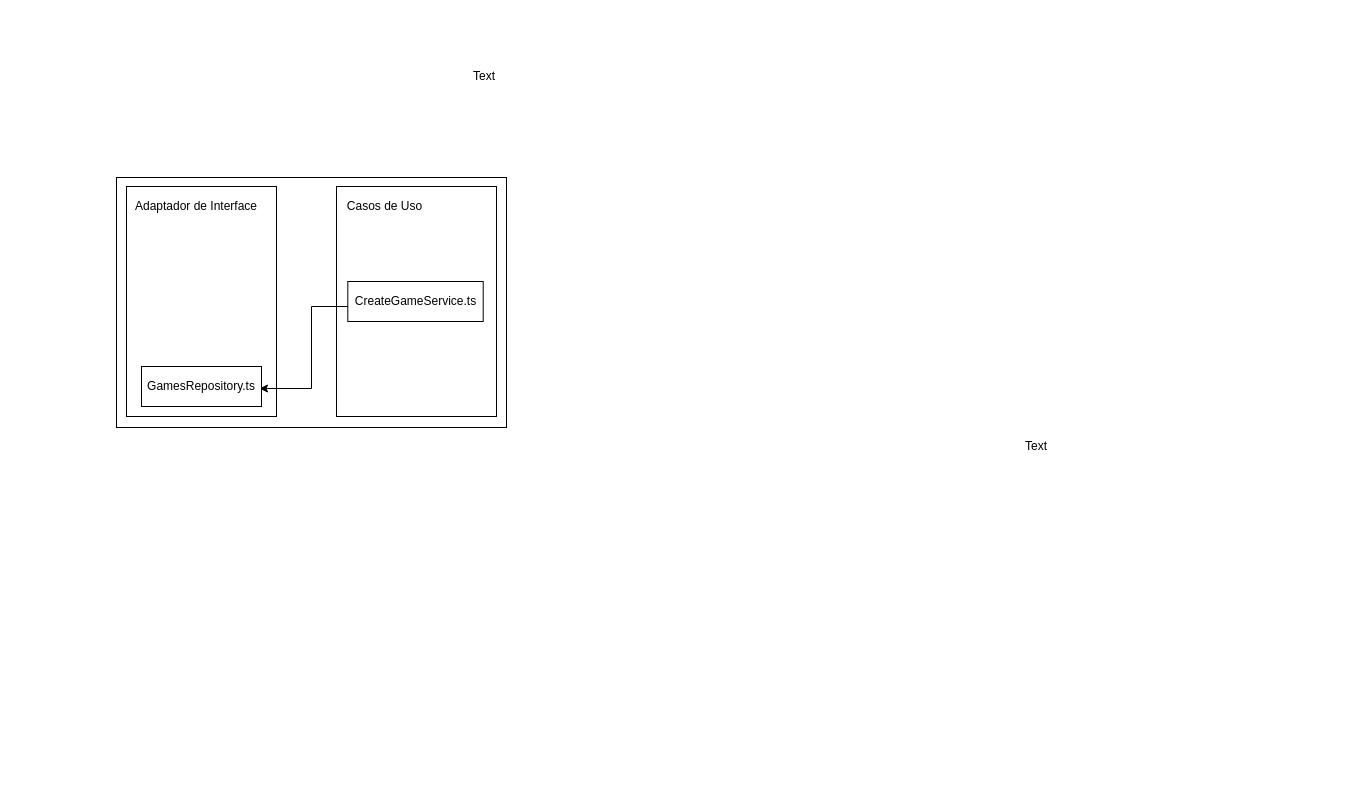
This is page "Page-4" (4 of 4) of docs/uml/gamestore.drawio from yulken/cederj-final-paper, a draw.io file, before an edit. Source tidied: cells renumbered, new cells numbered last; positions are measured from the earlier drawing's top-left corner, leaving out a move shared by most shapes. Both pictures are drawn from the tidied source at 100%, with x=0, y=0 at pixel (116, 66).
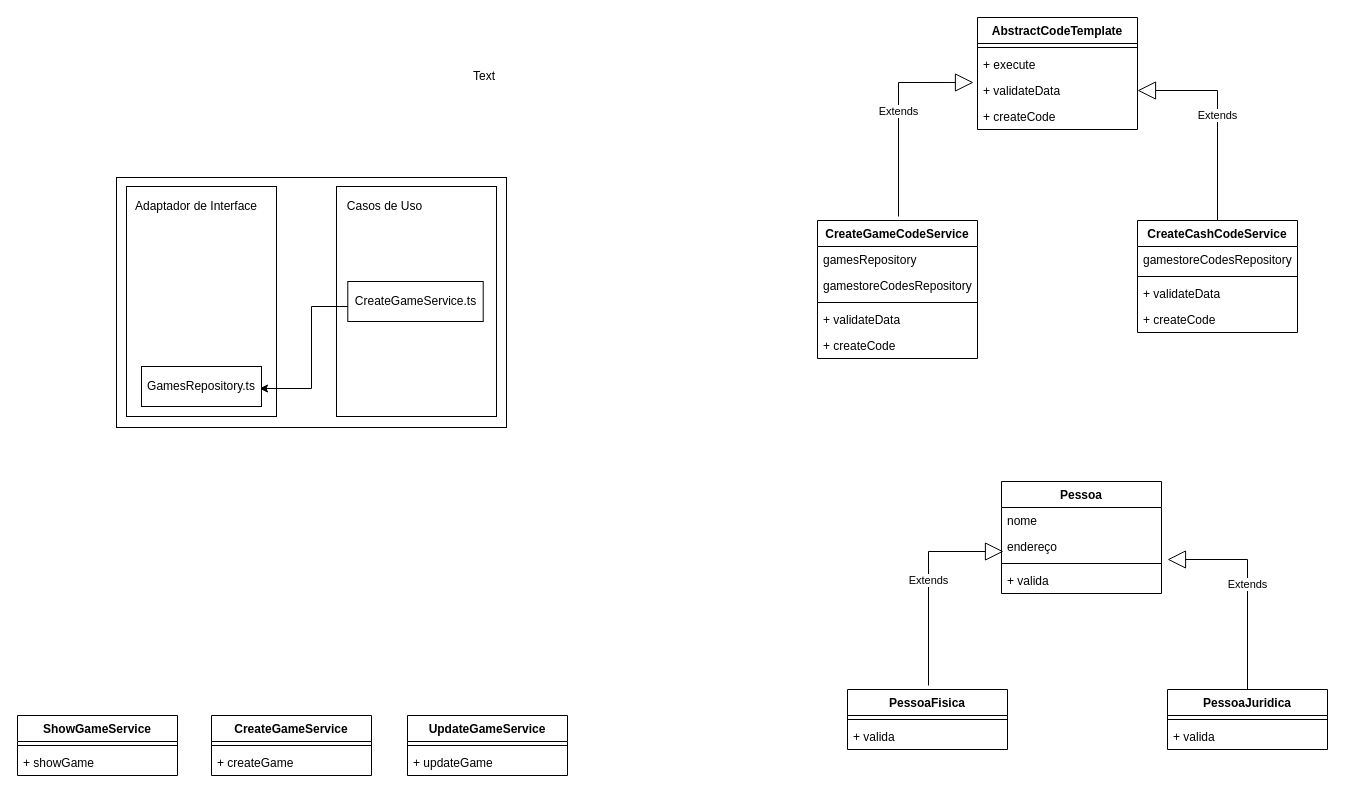
Above is the later version.

Diff of the diagram source:
```diff
@@
-    <mxCell id="14" value="Text" style="text;html=1;strokeColor=none;fillColor=none;align=center;verticalAlign=middle;whiteSpace=wrap;rounded=0;" parent="1" vertex="1">
-      <mxGeometry x="900" y="370" width="40" height="20" as="geometry" />
-    </mxCell>
+    <mxCell id="15" value="ShowGameService" style="swimlane;fontStyle=1;align=center;verticalAlign=top;horizontal=1;startSize=26;" parent="1" vertex="1">
+      <mxGeometry x="-99" y="649" width="160" height="60" as="geometry" />
+    </mxCell>
+    <mxCell id="16" style="line;strokeWidth=1;fillColor=none;align=left;verticalAlign=middle;spacingTop=-1;spacingLeft=3;spacingRight=3;labelPosition=right;" parent="15" vertex="1">
+      <mxGeometry y="26" width="160" height="8" as="geometry" />
+    </mxCell>
+    <mxCell id="17" value="+ showGame" style="text;strokeColor=none;fillColor=none;align=left;verticalAlign=top;spacingLeft=4;spacingRight=4;overflow=hidden;" parent="15" vertex="1">
+      <mxGeometry y="34" width="160" height="26" as="geometry" />
+    </mxCell>
+    <mxCell id="18" value="CreateGameService" style="swimlane;fontStyle=1;align=center;verticalAlign=top;horizontal=1;startSize=26;" parent="1" vertex="1">
+      <mxGeometry x="95" y="649" width="160" height="60" as="geometry" />
+    </mxCell>
+    <mxCell id="19" style="line;strokeWidth=1;fillColor=none;align=left;verticalAlign=middle;spacingTop=-1;spacingLeft=3;spacingRight=3;labelPosition=right;" parent="18" vertex="1">
+      <mxGeometry y="26" width="160" height="8" as="geometry" />
+    </mxCell>
+    <mxCell id="20" value="+ createGame" style="text;strokeColor=none;fillColor=none;align=left;verticalAlign=top;spacingLeft=4;spacingRight=4;overflow=hidden;" parent="18" vertex="1">
+      <mxGeometry y="34" width="160" height="26" as="geometry" />
+    </mxCell>
+    <mxCell id="21" value="UpdateGameService" style="swimlane;fontStyle=1;align=center;verticalAlign=top;horizontal=1;startSize=26;" parent="1" vertex="1">
+      <mxGeometry x="291" y="649" width="160" height="60" as="geometry" />
+    </mxCell>
+    <mxCell id="22" style="line;strokeWidth=1;fillColor=none;align=left;verticalAlign=middle;spacingTop=-1;spacingLeft=3;spacingRight=3;labelPosition=right;" parent="21" vertex="1">
+      <mxGeometry y="26" width="160" height="8" as="geometry" />
+    </mxCell>
+    <mxCell id="23" value="+ updateGame" style="text;strokeColor=none;fillColor=none;align=left;verticalAlign=top;spacingLeft=4;spacingRight=4;overflow=hidden;" parent="21" vertex="1">
+      <mxGeometry y="34" width="160" height="26" as="geometry" />
+    </mxCell>
+    <mxCell id="24" value="CreateGameCodeService" style="swimlane;fontStyle=1;align=center;verticalAlign=top;horizontal=1;startSize=26;" parent="1" vertex="1">
+      <mxGeometry x="701" y="154" width="160" height="138" as="geometry" />
+    </mxCell>
+    <mxCell id="25" value="gamesRepository" style="text;strokeColor=none;fillColor=none;align=left;verticalAlign=top;spacingLeft=4;spacingRight=4;overflow=hidden;" parent="24" vertex="1">
+      <mxGeometry y="26" width="160" height="26" as="geometry" />
+    </mxCell>
+    <mxCell id="26" value="gamestoreCodesRepository" style="text;strokeColor=none;fillColor=none;align=left;verticalAlign=top;spacingLeft=4;spacingRight=4;overflow=hidden;" parent="24" vertex="1">
+      <mxGeometry y="52" width="160" height="26" as="geometry" />
+    </mxCell>
+    <mxCell id="27" style="line;strokeWidth=1;fillColor=none;align=left;verticalAlign=middle;spacingTop=-1;spacingLeft=3;spacingRight=3;labelPosition=right;" parent="24" vertex="1">
+      <mxGeometry y="78" width="160" height="8" as="geometry" />
+    </mxCell>
+    <mxCell id="28" value="+ validateData" style="text;strokeColor=none;fillColor=none;align=left;verticalAlign=top;spacingLeft=4;spacingRight=4;overflow=hidden;" parent="24" vertex="1">
+      <mxGeometry y="86" width="160" height="26" as="geometry" />
+    </mxCell>
+    <mxCell id="29" value="+ createCode" style="text;strokeColor=none;fillColor=none;align=left;verticalAlign=top;spacingLeft=4;spacingRight=4;overflow=hidden;" parent="24" vertex="1">
+      <mxGeometry y="112" width="160" height="26" as="geometry" />
+    </mxCell>
+    <mxCell id="30" value="CreateCashCodeService" style="swimlane;fontStyle=1;align=center;verticalAlign=top;horizontal=1;startSize=26;" parent="1" vertex="1">
+      <mxGeometry x="1021" y="154" width="160" height="112" as="geometry" />
+    </mxCell>
+    <mxCell id="31" value="gamestoreCodesRepository" style="text;strokeColor=none;fillColor=none;align=left;verticalAlign=top;spacingLeft=4;spacingRight=4;overflow=hidden;" parent="30" vertex="1">
+      <mxGeometry y="26" width="160" height="26" as="geometry" />
+    </mxCell>
+    <mxCell id="32" style="line;strokeWidth=1;fillColor=none;align=left;verticalAlign=middle;spacingTop=-1;spacingLeft=3;spacingRight=3;labelPosition=right;" parent="30" vertex="1">
+      <mxGeometry y="52" width="160" height="8" as="geometry" />
+    </mxCell>
+    <mxCell id="33" value="+ validateData" style="text;strokeColor=none;fillColor=none;align=left;verticalAlign=top;spacingLeft=4;spacingRight=4;overflow=hidden;" parent="30" vertex="1">
+      <mxGeometry y="60" width="160" height="26" as="geometry" />
+    </mxCell>
+    <mxCell id="34" value="+ createCode" style="text;strokeColor=none;fillColor=none;align=left;verticalAlign=top;spacingLeft=4;spacingRight=4;overflow=hidden;" parent="30" vertex="1">
+      <mxGeometry y="86" width="160" height="26" as="geometry" />
+    </mxCell>
+    <mxCell id="35" value="AbstractCodeTemplate" style="swimlane;fontStyle=1;align=center;verticalAlign=top;horizontal=1;startSize=26;" parent="1" vertex="1">
+      <mxGeometry x="861" y="-49" width="160" height="112" as="geometry" />
+    </mxCell>
+    <mxCell id="36" style="line;strokeWidth=1;fillColor=none;align=left;verticalAlign=middle;spacingTop=-1;spacingLeft=3;spacingRight=3;labelPosition=right;" parent="35" vertex="1">
+      <mxGeometry y="26" width="160" height="8" as="geometry" />
+    </mxCell>
+    <mxCell id="37" value="+ execute" style="text;strokeColor=none;fillColor=none;align=left;verticalAlign=top;spacingLeft=4;spacingRight=4;overflow=hidden;" parent="35" vertex="1">
+      <mxGeometry y="34" width="160" height="26" as="geometry" />
+    </mxCell>
+    <mxCell id="38" value="+ validateData" style="text;strokeColor=none;fillColor=none;align=left;verticalAlign=top;spacingLeft=4;spacingRight=4;overflow=hidden;points=[[0,0.5],[1,0.5]];portConstraint=eastwest;" parent="35" vertex="1">
+      <mxGeometry y="60" width="160" height="26" as="geometry" />
+    </mxCell>
+    <mxCell id="39" value="+ createCode" style="text;strokeColor=none;fillColor=none;align=left;verticalAlign=top;spacingLeft=4;spacingRight=4;overflow=hidden;" parent="35" vertex="1">
+      <mxGeometry y="86" width="160" height="26" as="geometry" />
+    </mxCell>
+    <mxCell id="40" value="Extends" style="endArrow=block;endSize=16;endFill=0;html=1;rounded=0;entryX=-0.025;entryY=0.192;entryDx=0;entryDy=0;entryPerimeter=0;" parent="1" edge="1" target="38">
+      <mxGeometry relative="1" as="geometry">
+        <mxPoint x="782" y="150" as="sourcePoint" />
+        <Array as="points">
+          <mxPoint x="782" y="16" />
+        </Array>
+      </mxGeometry>
+    </mxCell>
+    <mxCell id="41" value="Extends" style="endArrow=block;endSize=16;endFill=0;html=1;rounded=0;entryX=1;entryY=0.5;entryDx=0;entryDy=0;exitX=0.5;exitY=0;exitDx=0;exitDy=0;" parent="1" edge="1" source="30" target="38">
+      <mxGeometry relative="1" as="geometry">
+        <Array as="points">
+          <mxPoint x="1101" y="24" />
+        </Array>
+      </mxGeometry>
+    </mxCell>
+    <mxCell id="42" value="PessoaFisica" style="swimlane;fontStyle=1;align=center;verticalAlign=top;horizontal=1;startSize=26;" parent="1" vertex="1">
+      <mxGeometry x="731" y="623" width="160" height="60" as="geometry" />
+    </mxCell>
+    <mxCell id="43" style="line;strokeWidth=1;fillColor=none;align=left;verticalAlign=middle;spacingTop=-1;spacingLeft=3;spacingRight=3;labelPosition=right;" parent="42" vertex="1">
+      <mxGeometry y="26" width="160" height="8" as="geometry" />
+    </mxCell>
+    <mxCell id="44" value="+ valida" style="text;strokeColor=none;fillColor=none;align=left;verticalAlign=top;spacingLeft=4;spacingRight=4;overflow=hidden;" parent="42" vertex="1">
+      <mxGeometry y="34" width="160" height="26" as="geometry" />
+    </mxCell>
+    <mxCell id="45" value="PessoaJuridica" style="swimlane;fontStyle=1;align=center;verticalAlign=top;horizontal=1;startSize=26;" parent="1" vertex="1">
+      <mxGeometry x="1051" y="623" width="160" height="60" as="geometry" />
+    </mxCell>
+    <mxCell id="46" style="line;strokeWidth=1;fillColor=none;align=left;verticalAlign=middle;spacingTop=-1;spacingLeft=3;spacingRight=3;labelPosition=right;" parent="45" vertex="1">
+      <mxGeometry y="26" width="160" height="8" as="geometry" />
+    </mxCell>
+    <mxCell id="47" value="+ valida" style="text;strokeColor=none;fillColor=none;align=left;verticalAlign=top;spacingLeft=4;spacingRight=4;overflow=hidden;" parent="45" vertex="1">
+      <mxGeometry y="34" width="160" height="26" as="geometry" />
+    </mxCell>
+    <mxCell id="48" value="Extends" style="endArrow=block;endSize=16;endFill=0;html=1;rounded=0;entryX=-0.025;entryY=0.192;entryDx=0;entryDy=0;entryPerimeter=0;" parent="1" edge="1">
+      <mxGeometry relative="1" as="geometry">
+        <mxPoint x="812" y="619" as="sourcePoint" />
+        <mxPoint x="887" y="485" as="targetPoint" />
+        <Array as="points">
+          <mxPoint x="812" y="485" />
+        </Array>
+      </mxGeometry>
+    </mxCell>
+    <mxCell id="49" value="Extends" style="endArrow=block;endSize=16;endFill=0;html=1;rounded=0;entryX=1;entryY=0.5;entryDx=0;entryDy=0;exitX=0.5;exitY=0;exitDx=0;exitDy=0;" parent="1" edge="1" source="45">
+      <mxGeometry relative="1" as="geometry">
+        <mxPoint x="1051" y="493" as="targetPoint" />
+        <Array as="points">
+          <mxPoint x="1131" y="493" />
+        </Array>
+      </mxGeometry>
+    </mxCell>
+    <mxCell id="50" value="Pessoa" style="swimlane;fontStyle=1;align=center;verticalAlign=top;horizontal=1;startSize=26;" parent="1" vertex="1">
+      <mxGeometry x="885" y="415" width="160" height="112" as="geometry" />
+    </mxCell>
+    <mxCell id="51" value="nome" style="text;strokeColor=none;fillColor=none;align=left;verticalAlign=top;spacingLeft=4;spacingRight=4;overflow=hidden;" parent="50" vertex="1">
+      <mxGeometry y="26" width="160" height="26" as="geometry" />
+    </mxCell>
+    <mxCell id="52" value="endereço" style="text;strokeColor=none;fillColor=none;align=left;verticalAlign=top;spacingLeft=4;spacingRight=4;overflow=hidden;" parent="50" vertex="1">
+      <mxGeometry y="52" width="160" height="26" as="geometry" />
+    </mxCell>
+    <mxCell id="53" style="line;strokeWidth=1;fillColor=none;align=left;verticalAlign=middle;spacingTop=-1;spacingLeft=3;spacingRight=3;labelPosition=right;" parent="50" vertex="1">
+      <mxGeometry y="78" width="160" height="8" as="geometry" />
+    </mxCell>
+    <mxCell id="54" value="+ valida" style="text;strokeColor=none;fillColor=none;align=left;verticalAlign=top;spacingLeft=4;spacingRight=4;overflow=hidden;" parent="50" vertex="1">
+      <mxGeometry y="86" width="160" height="26" as="geometry" />
+    </mxCell>
```
